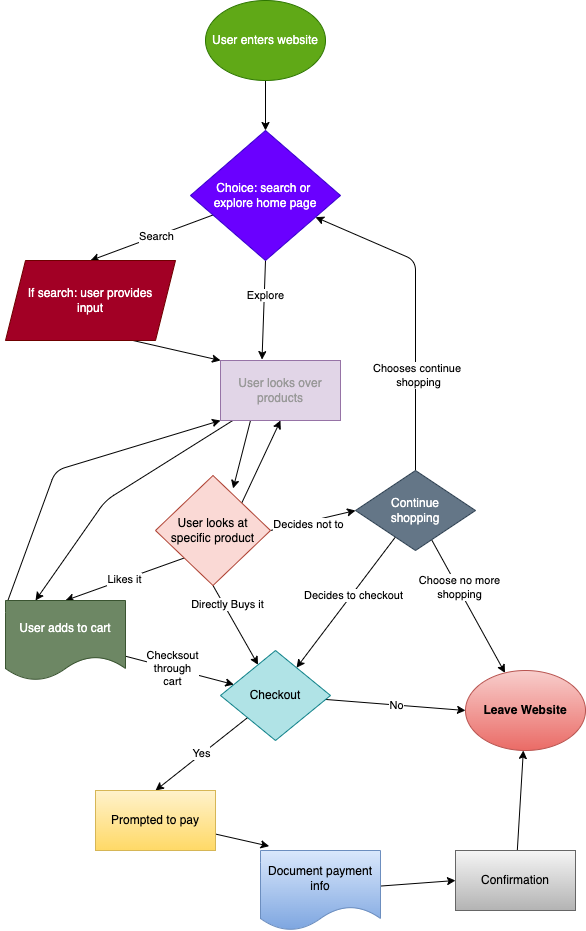
Earlier version of the draw.io export explore/diagramming/diagram.drawio.png (Steven-Hsu1/sp23-cse110-lab4). Source tidied: cells renumbered, new cells last; positions are measured from the earlier drawing's top-left corner, leaving out a move shared by most shapes.
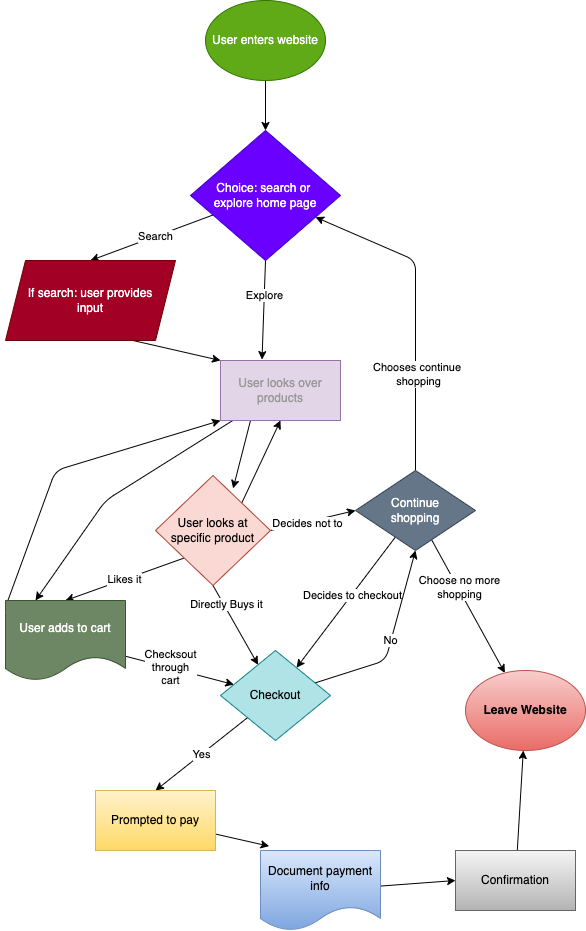
After the commit.

Diff of the diagram source:
```diff
@@ -119,8 +119,12 @@
     <mxCell id="32" value="&lt;span style=&quot;background-color: rgb(255, 255, 255);&quot;&gt;Yes&lt;/span&gt;" style="edgeStyle=none;html=1;entryX=0.5;entryY=0;entryDx=0;entryDy=0;fontColor=#000000;" parent="1" edge="1" source="34" target="37">
       <mxGeometry relative="1" as="geometry" />
     </mxCell>
-    <mxCell id="33" value="&lt;font style=&quot;background-color: rgb(255, 255, 255);&quot; color=&quot;#000000&quot;&gt;No&lt;/font&gt;" style="edgeStyle=none;html=1;entryX=0;entryY=0.5;entryDx=0;entryDy=0;fontColor=#FFFFFF;" parent="1" edge="1" source="34" target="35">
-      <mxGeometry relative="1" as="geometry" />
+    <mxCell id="33" value="&lt;font style=&quot;background-color: rgb(255, 255, 255);&quot; color=&quot;#000000&quot;&gt;No&lt;/font&gt;" style="edgeStyle=none;html=1;entryX=0.5;entryY=1;entryDx=0;entryDy=0;fontColor=#FFFFFF;" parent="1" edge="1" source="34" target="26">
+      <mxGeometry relative="1" as="geometry">
+        <Array as="points">
+          <mxPoint x="380" y="660" />
+        </Array>
+      </mxGeometry>
     </mxCell>
     <mxCell id="34" value="&lt;font color=&quot;#000000&quot;&gt;Checkout&lt;/font&gt;" style="rhombus;whiteSpace=wrap;html=1;labelBackgroundColor=none;fillColor=#b0e3e6;strokeColor=#0e8088;" parent="1" vertex="1">
       <mxGeometry x="215" y="650" width="110" height="90" as="geometry" />
```
